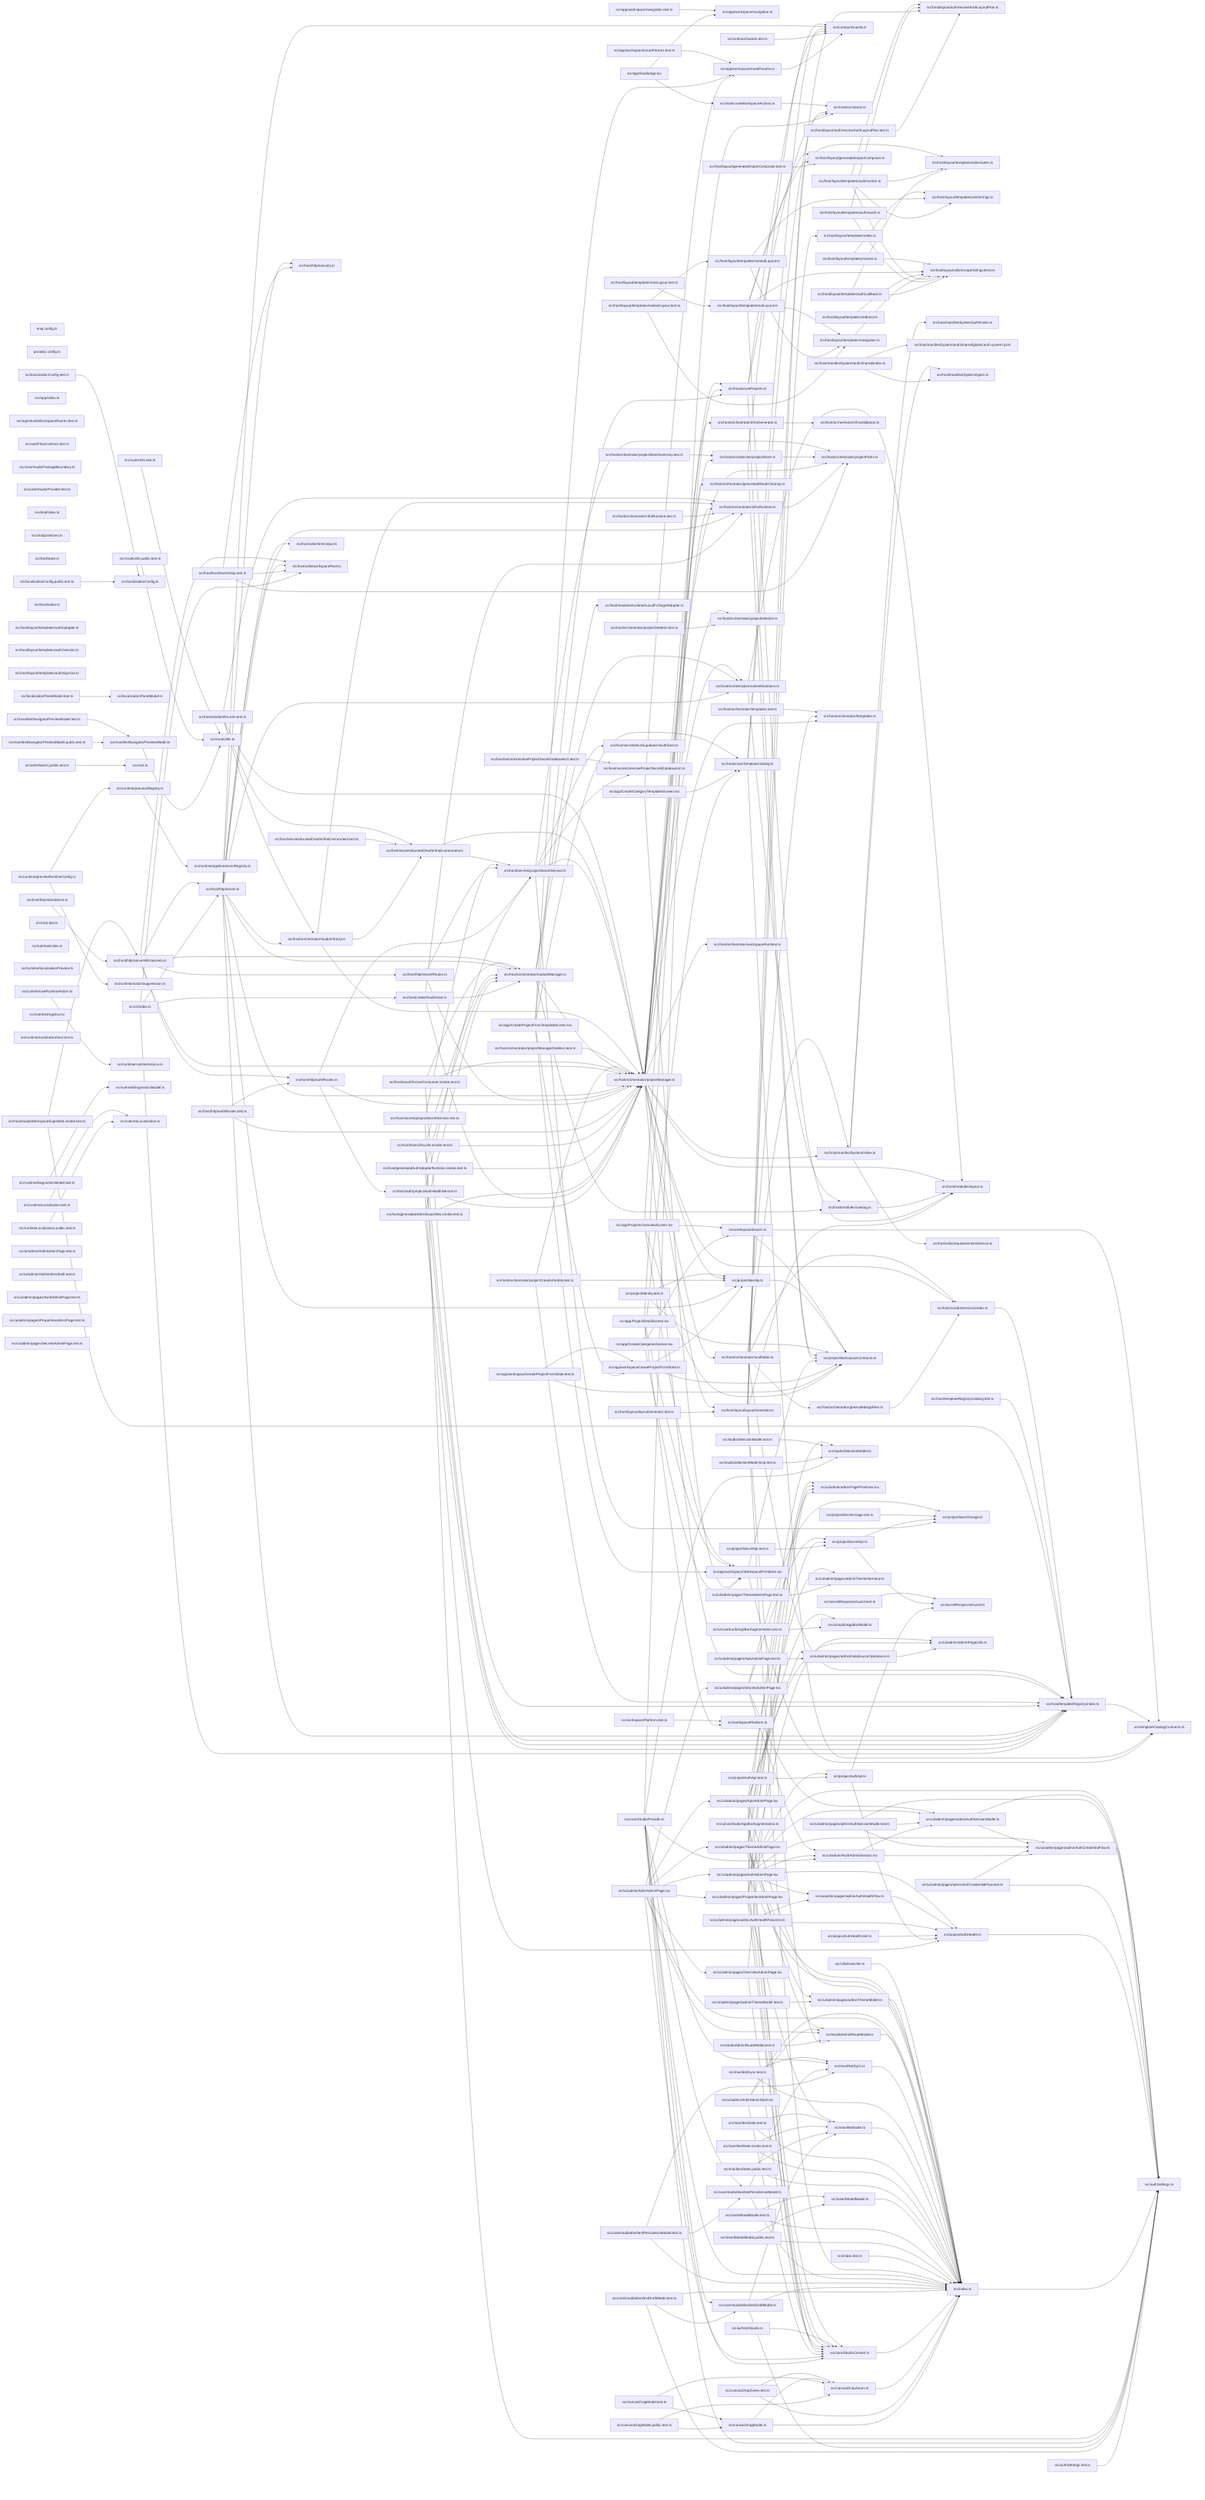
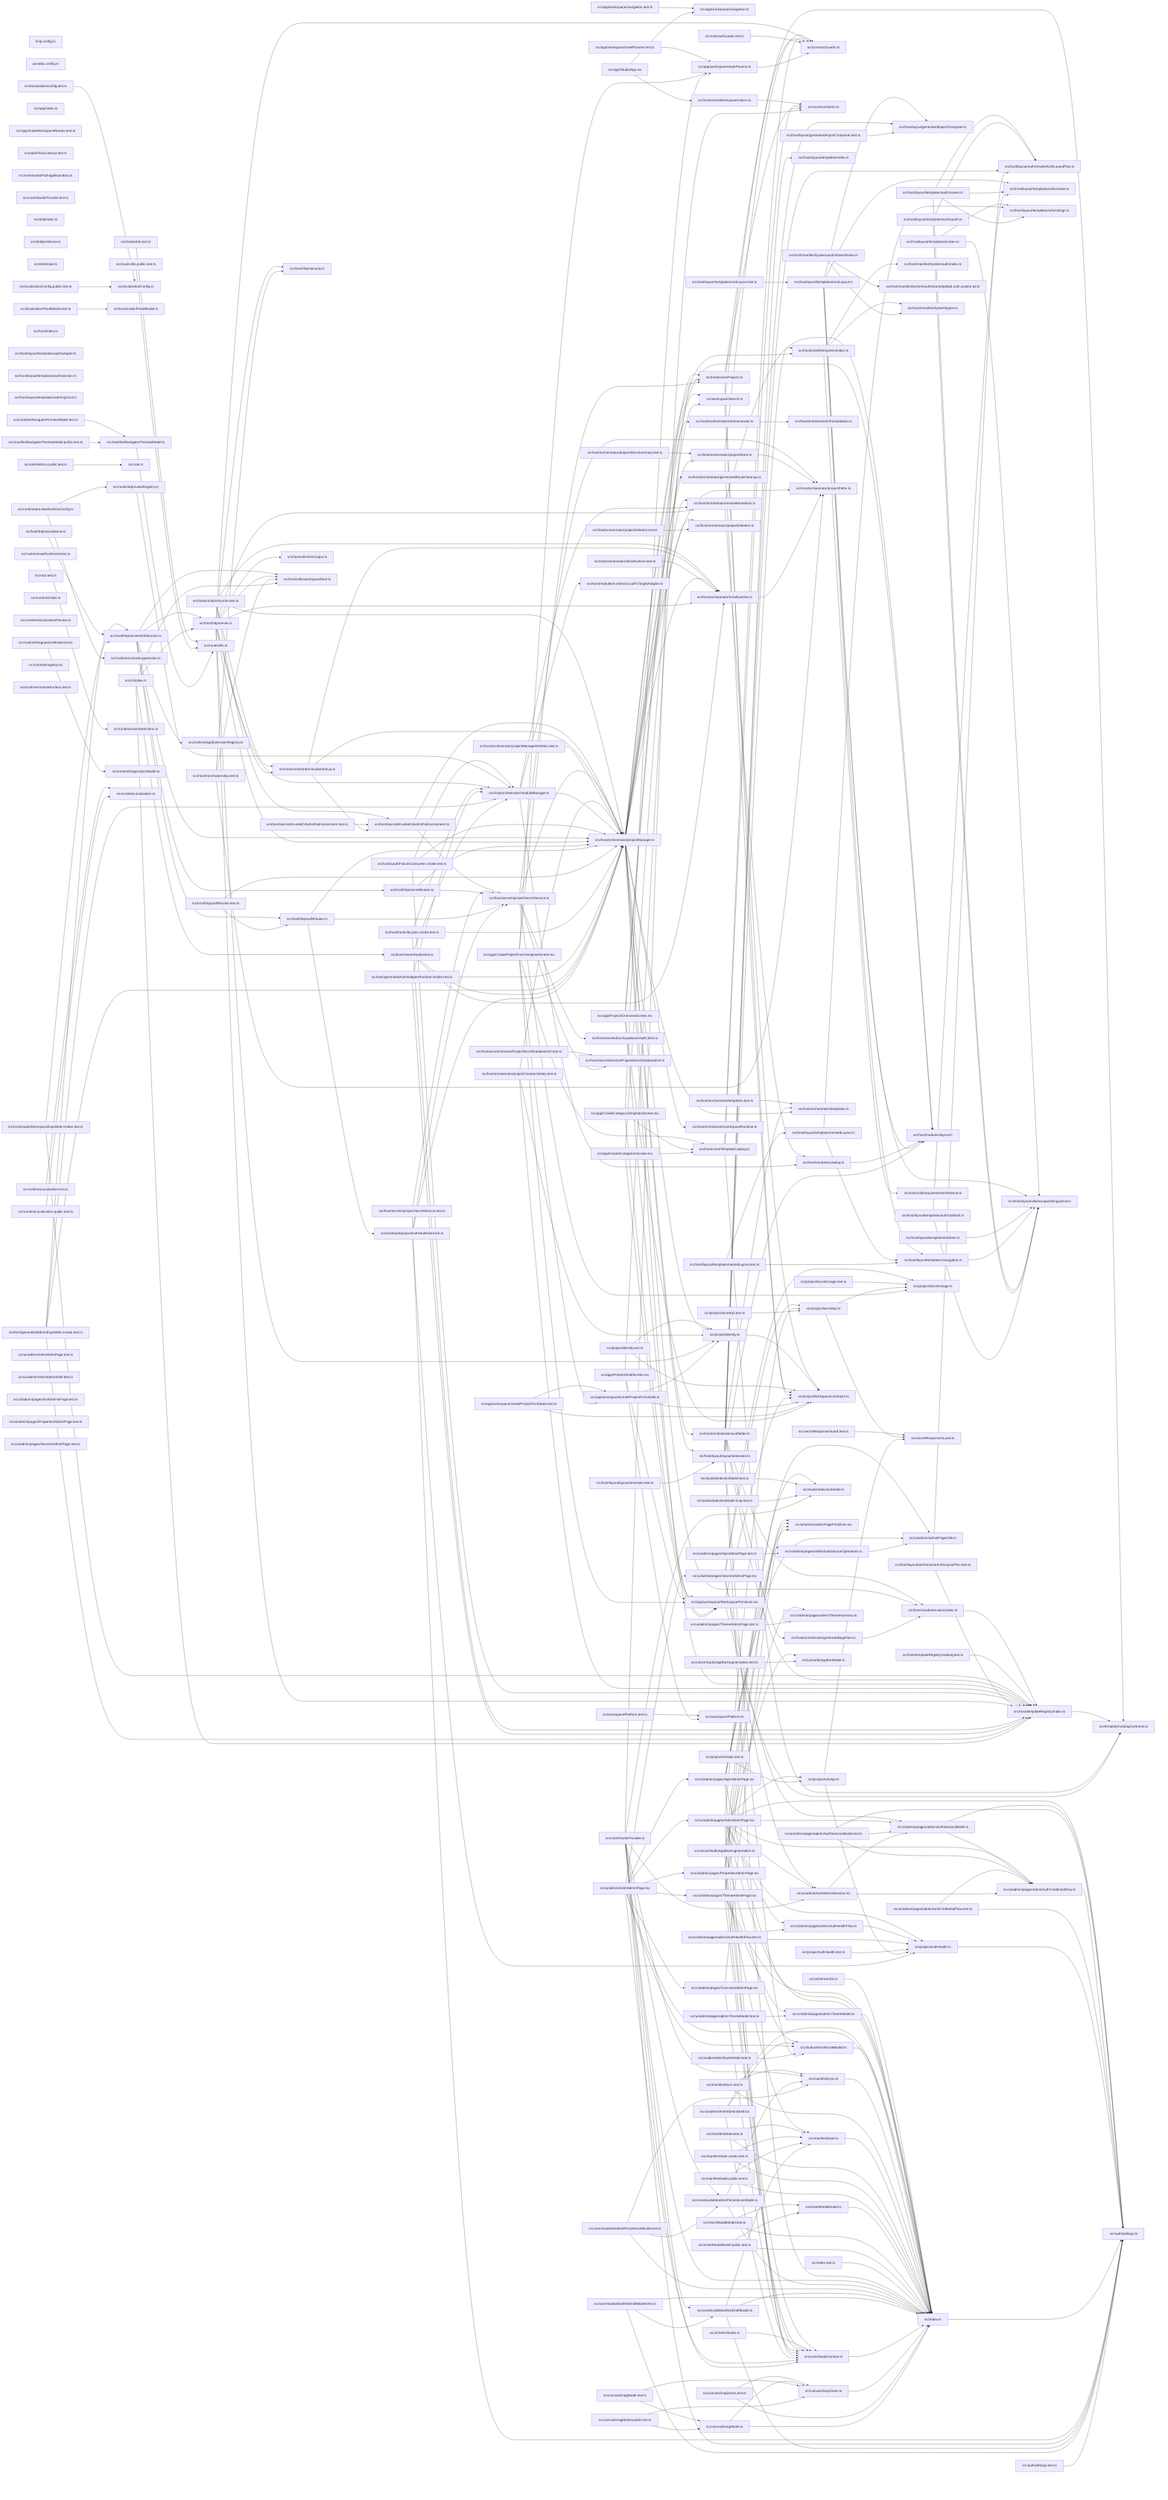
graph LR
  module_knip_config_ts["knip.config.ts"]
  module_paradox_config_ts["paradox.config.ts"]
  module_src_ankhAdmin_public_test_ts["src/ankhAdmin.public.test.ts"]
  module_src_app_CreateCategoriesScreen_tsx["src/app/CreateCategoriesScreen.tsx"]
  module_src_app_CreateCategoryTemplatesScreen_tsx["src/app/CreateCategoryTemplatesScreen.tsx"]
  module_src_app_CreateProjectFromTemplateScreen_tsx["src/app/CreateProjectFromTemplateScreen.tsx"]
  module_src_app_index_ts["src/app/index.ts"]
  module_src_app_ProjectDetailScreen_tsx["src/app/ProjectDetailScreen.tsx"]
  module_src_app_ProjectsOverviewScreen_tsx["src/app/ProjectsOverviewScreen.tsx"]
  module_src_app_StudioApp_tsx["src/app/StudioApp.tsx"]
  module_src_app_studioWorkspaceRoutes_test_ts["src/app/studioWorkspaceRoutes.test.ts"]
  module_src_app_workspace_createProjectFormState_test_ts["src/app/workspace/createProjectFormState.test.ts"]
  module_src_app_workspace_createProjectFormState_ts["src/app/workspace/createProjectFormState.ts"]
  module_src_app_workspace_navigation_test_ts["src/app/workspace/navigation.test.ts"]
  module_src_app_workspace_navigation_ts["src/app/workspace/navigation.ts"]
  module_src_app_workspace_routeParams_test_ts["src/app/workspace/routeParams.test.ts"]
  module_src_app_workspace_routeParams_ts["src/app/workspace/routeParams.ts"]
  module_src_app_workspace_WorkspacePrimitives_tsx["src/app/workspace/WorkspacePrimitives.tsx"]
  module_src_authFlowContract_test_ts["src/authFlowContract.test.ts"]
  module_src_authSettings_test_ts["src/authSettings.test.ts"]
  module_src_authSettings_ts["src/authSettings.ts"]
  module_src_canvasDragModel_public_test_ts["src/canvasDragModel.public.test.ts"]
  module_src_canvasDragModel_test_ts["src/canvasDragModel.test.ts"]
  module_src_canvasDragModel_ts["src/canvasDragModel.ts"]
  module_src_canvasDropZones_test_ts["src/canvasDropZones.test.ts"]
  module_src_canvasDropZones_ts["src/canvasDropZones.ts"]
  module_src_cli_index_ts["src/cli/index.ts"]
  module_src_contractGuards_test_ts["src/contractGuards.test.ts"]
  module_src_contractGuards_ts["src/contractGuards.ts"]
  module_src_core_constants_ts["src/core/constants.ts"]
  module_src_core_StudioContext_ts["src/core/StudioContext.ts"]
  module_src_core_studioManifestDraftModel_test_ts["src/core/studioManifestDraftModel.test.ts"]
  module_src_core_studioManifestDraftModel_ts["src/core/studioManifestDraftModel.ts"]
  module_src_core_studioManifestPersistenceModel_test_ts["src/core/studioManifestPersistenceModel.test.ts"]
  module_src_core_studioManifestPersistenceModel_ts["src/core/studioManifestPersistenceModel.ts"]
  module_src_core_studioPackageBoundary_ts["src/core/studioPackageBoundary.ts"]
  module_src_core_StudioProvider_test_ts["src/core/StudioProvider.test.ts"]
  module_src_core_StudioProvider_ts["src/core/StudioProvider.ts"]
  module_src_dnd_index_ts["src/dnd/index.ts"]
  module_src_dnd_primitives_ts["src/dnd/primitives.ts"]
  module_src_dnd_state_ts["src/dnd/state.ts"]
  module_src_hooks_useProjects_ts["src/hooks/useProjects.ts"]
  module_src_hooks_useTemplateCatalog_ts["src/hooks/useTemplateCatalog.ts"]
  module_src_hooks_useWorkspaceActions_ts["src/hooks/useWorkspaceActions.ts"]
  module_src_host_auth_projectAuthHealthService_ts["src/host/auth/projectAuthHealthService.ts"]
  module_src_host_createStudioHost_ts["src/host/createStudioHost.ts"]
  module_src_host_generatedAdminExpoWeb_smoke_test_ts["src/host/generatedAdminExpoWeb.smoke.test.ts"]
  module_src_host_generatedAuthAdapterRuntime_smoke_test_ts["src/host/generatedAuthAdapterRuntime.smoke.test.ts"]
  module_src_host_hostLifecycle_smoke_test_ts["src/host/hostLifecycle.smoke.test.ts"]
  module_src_host_hostOwnership_test_ts["src/host/hostOwnership.test.ts"]
  module_src_host_http_authRoutes_test_ts["src/host/http/authRoutes.test.ts"]
  module_src_host_http_authRoutes_ts["src/host/http/authRoutes.ts"]
  module_src_host_http_secretRoutes_ts["src/host/http/secretRoutes.ts"]
  module_src_host_http_security_ts["src/host/http/security.ts"]
  module_src_host_http_server_ts["src/host/http/server.ts"]
  module_src_host_http_serverWithSecrets_ts["src/host/http/serverWithSecrets.ts"]
  module_src_host_http_standalone_ts["src/host/http/standalone.ts"]
  module_src_host_index_ts["src/host/index.ts"]
  module_src_host_layout_auth_resolveAuthLayoutPlan_test_ts["src/host/layout/auth/resolveAuthLayoutPlan.test.ts"]
  module_src_host_layout_auth_resolveAuthLayoutPlan_ts["src/host/layout/auth/resolveAuthLayoutPlan.ts"]
  module_src_host_layout_generatedImportComposer_test_ts["src/host/layout/generatedImportComposer.test.ts"]
  module_src_host_layout_generatedImportComposer_ts["src/host/layout/generatedImportComposer.ts"]
  module_src_host_layout_layoutGenerator_test_ts["src/host/layout/layoutGenerator.test.ts"]
  module_src_host_layout_layoutGenerator_ts["src/host/layout/layoutGenerator.ts"]
  module_src_host_layout_templates_auth_adapter_ts["src/host/layout/templates/auth/adapter.ts"]
  module_src_host_layout_templates_auth_callback_ts["src/host/layout/templates/auth/callback.ts"]
  module_src_host_layout_templates_auth_oauth_ts["src/host/layout/templates/auth/oauth.ts"]
  module_src_host_layout_templates_auth_screen_ts["src/host/layout/templates/auth/screen.ts"]
  module_src_host_layout_templates_auth_session_ts["src/host/layout/templates/auth/session.ts"]
  module_src_host_layout_templates_auth_signOut_ts["src/host/layout/templates/auth/signOut.ts"]
  module_src_host_layout_templates_index_ts["src/host/layout/templates/index.ts"]
  module_src_host_layout_templates_navigation_ts["src/host/layout/templates/navigation.ts"]
  module_src_host_layout_templates_nestedLayout_test_ts["src/host/layout/templates/nestedLayout.test.ts"]
  module_src_host_layout_templates_nestedLayout_ts["src/host/layout/templates/nestedLayout.ts"]
  module_src_host_layout_templates_redirect_ts["src/host/layout/templates/redirect.ts"]
  module_src_host_layout_templates_rootLayout_test_ts["src/host/layout/templates/rootLayout.test.ts"]
  module_src_host_layout_templates_rootLayout_ts["src/host/layout/templates/rootLayout.ts"]
  module_src_host_layout_templates_screen_ts["src/host/layout/templates/screen.ts"]
  module_src_host_layout_templates_utils_routes_ts["src/host/layout/templates/utils/routes.ts"]
  module_src_host_layout_templates_utils_strings_ts["src/host/layout/templates/utils/strings.ts"]
  module_src_host_layout_utils_escapeStringLiteral_ts["src/host/layout/utils/escapeStringLiteral.ts"]
  module_src_host_manifestSystem_auth_index_ts["src/host/manifestSystem/auth/index.ts"]
  module_src_host_manifestSystem_auth_shared_global_auth_system_tpl_ts["src/host/manifestSystem/auth/shared/global.auth.system.tpl.ts"]
  module_src_host_manifestSystem_auth_shared_index_ts["src/host/manifestSystem/auth/shared/index.ts"]
  module_src_host_manifestSystem_index_ts["src/host/manifestSystem/index.ts"]
  module_src_host_manifestSystem_types_ts["src/host/manifestSystem/types.ts"]
  module_src_host_modules_catalog_ts["src/host/modules/catalog.ts"]
  module_src_host_modules_layout_ts["src/host/modules/layout.ts"]
  module_src_host_modules_runtime_LocalFsTargetAdapter_ts["src/host/modules/runtime/LocalFsTargetAdapter.ts"]
  module_src_host_oauthFixtureConsumer_smoke_test_ts["src/host/oauthFixtureConsumer.smoke.test.ts"]
  module_src_host_orchestrator_generatedAppFiles_ts["src/host/orchestrator/generatedAppFiles.ts"]
  module_src_host_orchestrator_generatedRouteCleanup_ts["src/host/orchestrator/generatedRouteCleanup.ts"]
  module_src_host_orchestrator_infraGenerator_ts["src/host/orchestrator/infraGenerator.ts"]
  module_src_host_orchestrator_infraRuntime_test_ts["src/host/orchestrator/infraRuntime.test.ts"]
  module_src_host_orchestrator_infraRuntime_ts["src/host/orchestrator/infraRuntime.ts"]
  module_src_host_orchestrator_infraValidation_ts["src/host/orchestrator/infraValidation.ts"]
  module_src_host_orchestrator_moduleManager_ts["src/host/orchestrator/moduleManager.ts"]
  module_src_host_orchestrator_projectCreationSafety_test_ts["src/host/orchestrator/projectCreationSafety.test.ts"]
  module_src_host_orchestrator_projectDeletion_test_ts["src/host/orchestrator/projectDeletion.test.ts"]
  module_src_host_orchestrator_projectDeletion_ts["src/host/orchestrator/projectDeletion.ts"]
  module_src_host_orchestrator_projectManager_ts["src/host/orchestrator/projectManager.ts"]
  module_src_host_orchestrator_projectManagerDeletion_test_ts["src/host/orchestrator/projectManagerDeletion.test.ts"]
  module_src_host_orchestrator_projectPaths_ts["src/host/orchestrator/projectPaths.ts"]
  module_src_host_orchestrator_projectStore_ts["src/host/orchestrator/projectStore.ts"]
  module_src_host_orchestrator_projectStoreSummary_test_ts["src/host/orchestrator/projectStoreSummary.test.ts"]
  module_src_host_orchestrator_resolveMutations_ts["src/host/orchestrator/resolveMutations.ts"]
  module_src_host_orchestrator_scaffolder_ts["src/host/orchestrator/scaffolder.ts"]
  module_src_host_orchestrator_studioInfraUp_ts["src/host/orchestrator/studioInfraUp.ts"]
  module_src_host_orchestrator_templates_test_ts["src/host/orchestrator/templates.test.ts"]
  module_src_host_orchestrator_templates_ts["src/host/orchestrator/templates.ts"]
  module_src_host_orchestrator_workspaceRuntime_ts["src/host/orchestrator/workspaceRuntime.ts"]
  module_src_host_secrets_bunSupabaseVaultClient_ts["src/host/secrets/bunSupabaseVaultClient.ts"]
  module_src_host_secrets_projectSecretService_test_ts["src/host/secrets/projectSecretService.test.ts"]
  module_src_host_secrets_projectSecretService_ts["src/host/secrets/projectSecretService.ts"]
  module_src_host_secrets_resolveProjectSecretDatabaseUrl_test_ts["src/host/secrets/resolveProjectSecretDatabaseUrl.test.ts"]
  module_src_host_secrets_resolveProjectSecretDatabaseUrl_ts["src/host/secrets/resolveProjectSecretDatabaseUrl.ts"]
  module_src_host_secrets_trustedOAuthInfraEnvironment_test_ts["src/host/secrets/trustedOAuthInfraEnvironment.test.ts"]
  module_src_host_secrets_trustedOAuthInfraEnvironment_ts["src/host/secrets/trustedOAuthInfraEnvironment.ts"]
  module_src_host_studioInfra_e2e_test_ts["src/host/studioInfra.e2e.test.ts"]
  module_src_host_studioWorkspaceExpoWeb_smoke_test_ts["src/host/studioWorkspaceExpoWeb.smoke.test.ts"]
  module_src_host_templateRegistry_catalog_test_ts["src/host/templateRegistry/catalog.test.ts"]
  module_src_host_templateRegistry_index_ts["src/host/templateRegistry/index.ts"]
  module_src_host_utils_requirementsInference_ts["src/host/utils/requirementsInference.ts"]
  module_src_host_utils_trimOutput_ts["src/host/utils/trimOutput.ts"]
  module_src_host_utils_workspaceRoot_ts["src/host/utils/workspaceRoot.ts"]
  module_src_host_zoraExtensions_index_ts["src/host/zoraExtensions/index.ts"]
  module_src_index_test_ts["src/index.test.ts"]
  module_src_index_ts["src/index.ts"]
  module_src_insertModalModel_public_test_ts["src/insertModalModel.public.test.ts"]
  module_src_insertModalModel_test_ts["src/insertModalModel.test.ts"]
  module_src_insertModalModel_ts["src/insertModalModel.ts"]
  module_src_localizationConfig_public_test_ts["src/localizationConfig.public.test.ts"]
  module_src_localizationConfig_test_ts["src/localizationConfig.test.ts"]
  module_src_localizationConfig_ts["src/localizationConfig.ts"]
  module_src_localizationPanelModel_test_ts["src/localizationPanelModel.test.ts"]
  module_src_localizationPanelModel_ts["src/localizationPanelModel.ts"]
  module_src_manifestNavigatorPreviewModel_public_test_ts["src/manifestNavigatorPreviewModel.public.test.ts"]
  module_src_manifestNavigatorPreviewModel_test_ts["src/manifestNavigatorPreviewModel.test.ts"]
  module_src_manifestNavigatorPreviewModel_ts["src/manifestNavigatorPreviewModel.ts"]
  module_src_manifestState_public_test_ts["src/manifestState.public.test.ts"]
  module_src_manifestState_routes_test_ts["src/manifestState.routes.test.ts"]
  module_src_manifestState_test_ts["src/manifestState.test.ts"]
  module_src_manifestState_ts["src/manifestState.ts"]
  module_src_manifestSync_test_ts["src/manifestSync.test.ts"]
  module_src_manifestSync_ts["src/manifestSync.ts"]
  module_src_projectAuthApi_test_ts["src/projectAuthApi.test.ts"]
  module_src_projectAuthApi_ts["src/projectAuthApi.ts"]
  module_src_projectAuthHealth_test_ts["src/projectAuthHealth.test.ts"]
  module_src_projectAuthHealth_ts["src/projectAuthHealth.ts"]
  module_src_projectIdentity_test_ts["src/projectIdentity.test.ts"]
  module_src_projectIdentity_ts["src/projectIdentity.ts"]
  module_src_projectSecretApi_test_ts["src/projectSecretApi.test.ts"]
  module_src_projectSecretApi_ts["src/projectSecretApi.ts"]
  module_src_projectSecretUsage_test_ts["src/projectSecretUsage.test.ts"]
  module_src_projectSecretUsage_ts["src/projectSecretUsage.ts"]
  module_src_projectWorkspaceContracts_ts["src/projectWorkspaceContracts.ts"]
  module_src_root_test_ts["src/root.test.ts"]
  module_src_root_ts["src/root.ts"]
  module_src_routeUtils_public_test_ts["src/routeUtils.public.test.ts"]
  module_src_routeUtils_test_ts["src/routeUtils.test.ts"]
  module_src_routeUtils_ts["src/routeUtils.ts"]
  module_src_runtime_actionSuppression_ts["src/runtime/actionSuppression.ts"]
  module_src_runtime_appExtensionRegistry_ts["src/runtime/appExtensionRegistry.ts"]
  module_src_runtime_index_ts["src/runtime/index.ts"]
  module_src_runtime_localizationPreview_ts["src/runtime/localizationPreview.ts"]
  module_src_runtime_previewRegistry_ts["src/runtime/previewRegistry.ts"]
  module_src_runtime_previewRuntimeConfig_ts["src/runtime/previewRuntimeConfig.ts"]
  module_src_runtime_registry_tsx["src/runtime/registry.tsx"]
  module_src_runtime_runtimeActions_ts["src/runtime/runtimeActions.ts"]
  module_src_runtime_runtimeSurface_test_ts["src/runtime/runtimeSurface.test.ts"]
  module_src_runtime_useRuntimeAction_ts["src/runtime/useRuntimeAction.ts"]
  module_src_runtimeDiagnosticsModel_test_ts["src/runtimeDiagnosticsModel.test.ts"]
  module_src_runtimeDiagnosticsModel_ts["src/runtimeDiagnosticsModel.ts"]
  module_src_runtimeLocalization_public_test_ts["src/runtimeLocalization.public.test.ts"]
  module_src_runtimeLocalization_test_ts["src/runtimeLocalization.test.ts"]
  module_src_runtimeLocalization_ts["src/runtimeLocalization.ts"]
  module_src_secretResponseGuard_test_ts["src/secretResponseGuard.test.ts"]
  module_src_secretResponseGuard_ts["src/secretResponseGuard.ts"]
  module_src_studioAdminRouteModel_test_ts["src/studioAdminRouteModel.test.ts"]
  module_src_studioAdminRouteModel_ts["src/studioAdminRouteModel.ts"]
  module_src_studioSelectionModel_knip_test_ts["src/studioSelectionModel.knip.test.ts"]
  module_src_studioSelectionModel_test_ts["src/studioSelectionModel.test.ts"]
  module_src_studioSelectionModel_ts["src/studioSelectionModel.ts"]
  module_src_templateCatalogContracts_ts["src/templateCatalogContracts.ts"]
  module_src_ui_admin_adminPagePrimitives_tsx["src/ui/admin/adminPagePrimitives.tsx"]
  module_src_ui_admin_adminPageUtils_ts["src/ui/admin/adminPageUtils.ts"]
  module_src_ui_admin_AnkhAdminPage_test_ts["src/ui/admin/AnkhAdminPage.test.ts"]
  module_src_ui_admin_AnkhAdminPage_tsx["src/ui/admin/AnkhAdminPage.tsx"]
  module_src_ui_admin_AnkhAdminShell_test_ts["src/ui/admin/AnkhAdminShell.test.ts"]
  module_src_ui_admin_AnkhAdminShell_tsx["src/ui/admin/AnkhAdminShell.tsx"]
  module_src_ui_admin_AuthAdminSession_tsx["src/ui/admin/AuthAdminSession.tsx"]
  module_src_ui_admin_pages_adminAuthCredentialFlow_test_ts["src/ui/admin/pages/adminAuthCredentialFlow.test.ts"]
  module_src_ui_admin_pages_adminAuthCredentialFlow_ts["src/ui/admin/pages/adminAuthCredentialFlow.ts"]
  module_src_ui_admin_pages_adminAuthHealthFlow_test_ts["src/ui/admin/pages/adminAuthHealthFlow.test.ts"]
  module_src_ui_admin_pages_adminAuthHealthFlow_ts["src/ui/admin/pages/adminAuthHealthFlow.ts"]
  module_src_ui_admin_pages_adminAuthSessionModel_test_ts["src/ui/admin/pages/adminAuthSessionModel.test.ts"]
  module_src_ui_admin_pages_adminAuthSessionModel_ts["src/ui/admin/pages/adminAuthSessionModel.ts"]
  module_src_ui_admin_pages_adminDataSourceOperations_ts["src/ui/admin/pages/adminDataSourceOperations.ts"]
  module_src_ui_admin_pages_adminThemeHarmony_ts["src/ui/admin/pages/adminThemeHarmony.ts"]
  module_src_ui_admin_pages_adminThemeModel_test_ts["src/ui/admin/pages/adminThemeModel.test.ts"]
  module_src_ui_admin_pages_adminThemeModel_ts["src/ui/admin/pages/adminThemeModel.ts"]
  module_src_ui_admin_pages_ApisAdminPage_test_ts["src/ui/admin/pages/ApisAdminPage.test.ts"]
  module_src_ui_admin_pages_ApisAdminPage_tsx["src/ui/admin/pages/ApisAdminPage.tsx"]
  module_src_ui_admin_pages_AuthAdminPage_test_ts["src/ui/admin/pages/AuthAdminPage.test.ts"]
  module_src_ui_admin_pages_AuthAdminPage_tsx["src/ui/admin/pages/AuthAdminPage.tsx"]
  module_src_ui_admin_pages_OverviewAdminPage_tsx["src/ui/admin/pages/OverviewAdminPage.tsx"]
  module_src_ui_admin_pages_PropertiesAdminPage_test_ts["src/ui/admin/pages/PropertiesAdminPage.test.ts"]
  module_src_ui_admin_pages_PropertiesAdminPage_tsx["src/ui/admin/pages/PropertiesAdminPage.tsx"]
  module_src_ui_admin_pages_SecretsAdminPage_test_ts["src/ui/admin/pages/SecretsAdminPage.test.ts"]
  module_src_ui_admin_pages_SecretsAdminPage_tsx["src/ui/admin/pages/SecretsAdminPage.tsx"]
  module_src_ui_admin_pages_ThemeAdminPage_test_ts["src/ui/admin/pages/ThemeAdminPage.test.ts"]
  module_src_ui_admin_pages_ThemeAdminPage_tsx["src/ui/admin/pages/ThemeAdminPage.tsx"]
  module_src_ui_AnkhStudio_ts["src/ui/AnkhStudio.ts"]
  module_src_ui_studioAppBarModel_ts["src/ui/studioAppBarModel.ts"]
  module_src_ui_useStudioAppBarAugmentation_test_ts["src/ui/useStudioAppBarAugmentation.test.ts"]
  module_src_ui_useStudioAppBarAugmentation_ts["src/ui/useStudioAppBarAugmentation.ts"]
  module_src_utils_treeUtils_ts["src/utils/treeUtils.ts"]
  module_src_workspacePlatform_test_ts["src/workspacePlatform.test.ts"]
  module_src_workspacePlatform_ts["src/workspacePlatform.ts"]
  module_src_workspaceSearch_ts["src/workspaceSearch.ts"]
  module_src_ankhAdmin_public_test_ts --> module_src_root_ts
  module_src_app_CreateCategoriesScreen_tsx --> module_src_app_workspace_WorkspacePrimitives_tsx
  module_src_app_CreateCategoriesScreen_tsx --> module_src_hooks_useTemplateCatalog_ts
  module_src_app_CreateCategoriesScreen_tsx --> module_src_workspaceSearch_ts
  module_src_app_CreateCategoryTemplatesScreen_tsx --> module_src_app_workspace_routeParams_ts
  module_src_app_CreateCategoryTemplatesScreen_tsx --> module_src_app_workspace_WorkspacePrimitives_tsx
  module_src_app_CreateCategoryTemplatesScreen_tsx --> module_src_hooks_useTemplateCatalog_ts
  module_src_app_CreateProjectFromTemplateScreen_tsx --> module_src_app_workspace_createProjectFormState_ts
  module_src_app_CreateProjectFromTemplateScreen_tsx --> module_src_app_workspace_routeParams_ts
  module_src_app_CreateProjectFromTemplateScreen_tsx --> module_src_app_workspace_WorkspacePrimitives_tsx
  module_src_app_CreateProjectFromTemplateScreen_tsx --> module_src_hooks_useProjects_ts
  module_src_app_CreateProjectFromTemplateScreen_tsx --> module_src_hooks_useTemplateCatalog_ts
  module_src_app_ProjectDetailScreen_tsx --> module_src_app_workspace_WorkspacePrimitives_tsx
  module_src_app_ProjectDetailScreen_tsx --> module_src_hooks_useProjects_ts
  module_src_app_ProjectDetailScreen_tsx --> module_src_workspacePlatform_ts
  module_src_app_ProjectsOverviewScreen_tsx --> module_src_app_workspace_WorkspacePrimitives_tsx
  module_src_app_ProjectsOverviewScreen_tsx --> module_src_hooks_useProjects_ts
  module_src_app_ProjectsOverviewScreen_tsx --> module_src_projectWorkspaceContracts_ts
  module_src_app_ProjectsOverviewScreen_tsx --> module_src_workspaceSearch_ts
  module_src_app_StudioApp_tsx --> module_src_app_workspace_navigation_ts
  module_src_app_StudioApp_tsx --> module_src_hooks_useWorkspaceActions_ts
  module_src_app_workspace_createProjectFormState_test_ts --> module_src_app_workspace_createProjectFormState_ts
  module_src_app_workspace_createProjectFormState_test_ts --> module_src_projectWorkspaceContracts_ts
  module_src_app_workspace_createProjectFormState_ts --> module_src_projectIdentity_ts
  module_src_app_workspace_createProjectFormState_ts --> module_src_projectWorkspaceContracts_ts
  module_src_app_workspace_navigation_test_ts --> module_src_app_workspace_navigation_ts
  module_src_app_workspace_routeParams_test_ts --> module_src_app_workspace_routeParams_ts
  module_src_app_workspace_routeParams_ts --> module_src_contractGuards_ts
  module_src_app_workspace_WorkspacePrimitives_tsx --> module_src_projectWorkspaceContracts_ts
  module_src_app_workspace_WorkspacePrimitives_tsx --> module_src_templateCatalogContracts_ts
  module_src_authSettings_test_ts --> module_src_authSettings_ts
  module_src_canvasDragModel_public_test_ts --> module_src_canvasDragModel_ts
  module_src_canvasDragModel_public_test_ts --> module_src_canvasDropZones_ts
  module_src_canvasDragModel_test_ts --> module_src_canvasDragModel_ts
  module_src_canvasDragModel_test_ts --> module_src_canvasDropZones_ts
  module_src_canvasDragModel_ts --> module_src_canvasDropZones_ts
  module_src_canvasDragModel_ts --> module_src_index_ts
  module_src_canvasDropZones_test_ts --> module_src_canvasDropZones_ts
  module_src_canvasDropZones_test_ts --> module_src_index_ts
  module_src_canvasDropZones_ts --> module_src_index_ts
  module_src_cli_index_ts --> module_src_host_createStudioHost_ts
  module_src_cli_index_ts --> module_src_host_http_server_ts
  module_src_cli_index_ts --> module_src_host_templateRegistry_index_ts
  module_src_cli_index_ts --> module_src_host_utils_workspaceRoot_ts
  module_src_contractGuards_test_ts --> module_src_contractGuards_ts
  module_src_core_StudioContext_ts --> module_src_index_ts
  module_src_core_studioManifestDraftModel_test_ts --> module_src_authSettings_ts
  module_src_core_studioManifestDraftModel_test_ts --> module_src_core_studioManifestDraftModel_ts
  module_src_core_studioManifestDraftModel_test_ts --> module_src_index_ts
  module_src_core_studioManifestDraftModel_ts --> module_src_authSettings_ts
  module_src_core_studioManifestDraftModel_ts --> module_src_index_ts
  module_src_core_studioManifestDraftModel_ts --> module_src_manifestState_ts
  module_src_core_studioManifestPersistenceModel_test_ts --> module_src_core_studioManifestPersistenceModel_ts
  module_src_core_studioManifestPersistenceModel_test_ts --> module_src_index_ts
  module_src_core_studioManifestPersistenceModel_test_ts --> module_src_manifestSync_ts
  module_src_core_studioManifestPersistenceModel_ts --> module_src_index_ts
  module_src_core_studioManifestPersistenceModel_ts --> module_src_manifestSync_ts
  module_src_core_StudioProvider_ts --> module_src_authSettings_ts
  module_src_core_StudioProvider_ts --> module_src_core_constants_ts
  module_src_core_StudioProvider_ts --> module_src_core_StudioContext_ts
  module_src_core_StudioProvider_ts --> module_src_core_studioManifestDraftModel_ts
  module_src_core_StudioProvider_ts --> module_src_core_studioManifestPersistenceModel_ts
  module_src_core_StudioProvider_ts --> module_src_index_ts
  module_src_core_StudioProvider_ts --> module_src_manifestSync_ts
  module_src_core_StudioProvider_ts --> module_src_studioSelectionModel_ts
  module_src_core_StudioProvider_ts --> module_src_ui_admin_AuthAdminSession_tsx
  module_src_hooks_useProjects_ts --> module_src_contractGuards_ts
  module_src_hooks_useProjects_ts --> module_src_core_constants_ts
  module_src_hooks_useProjects_ts --> module_src_projectWorkspaceContracts_ts
  module_src_hooks_useTemplateCatalog_ts --> module_src_contractGuards_ts
  module_src_hooks_useTemplateCatalog_ts --> module_src_core_constants_ts
  module_src_hooks_useTemplateCatalog_ts --> module_src_templateCatalogContracts_ts
  module_src_hooks_useWorkspaceActions_ts --> module_src_core_constants_ts
  module_src_host_auth_projectAuthHealthService_ts --> module_src_host_orchestrator_projectManager_ts
  module_src_host_auth_projectAuthHealthService_ts --> module_src_host_secrets_projectSecretService_ts
  module_src_host_auth_projectAuthHealthService_ts --> module_src_projectAuthHealth_ts
  module_src_host_createStudioHost_ts --> module_src_host_orchestrator_infraRuntime_ts
  module_src_host_createStudioHost_ts --> module_src_host_orchestrator_moduleManager_ts
  module_src_host_createStudioHost_ts --> module_src_host_orchestrator_projectManager_ts
+   module_src_host_generatedAdminExpoWeb_smoke_test_ts --> module_src_host_http_serverWithSecrets_ts
  module_src_host_generatedAdminExpoWeb_smoke_test_ts --> module_src_host_orchestrator_moduleManager_ts
  module_src_host_generatedAdminExpoWeb_smoke_test_ts --> module_src_host_orchestrator_projectManager_ts
  module_src_host_generatedAdminExpoWeb_smoke_test_ts --> module_src_host_templateRegistry_index_ts
  module_src_host_generatedAuthAdapterRuntime_smoke_test_ts --> module_src_host_orchestrator_moduleManager_ts
  module_src_host_generatedAuthAdapterRuntime_smoke_test_ts --> module_src_host_orchestrator_projectManager_ts
  module_src_host_generatedAuthAdapterRuntime_smoke_test_ts --> module_src_host_templateRegistry_index_ts
  module_src_host_hostLifecycle_smoke_test_ts --> module_src_host_orchestrator_moduleManager_ts
  module_src_host_hostLifecycle_smoke_test_ts --> module_src_host_orchestrator_projectManager_ts
  module_src_host_hostLifecycle_smoke_test_ts --> module_src_host_templateRegistry_index_ts
  module_src_host_hostOwnership_test_ts --> module_src_host_http_security_ts
  module_src_host_hostOwnership_test_ts --> module_src_host_orchestrator_projectPaths_ts
  module_src_host_hostOwnership_test_ts --> module_src_host_utils_workspaceRoot_ts
  module_src_host_http_authRoutes_test_ts --> module_src_host_http_authRoutes_ts
  module_src_host_http_authRoutes_test_ts --> module_src_host_orchestrator_projectManager_ts
  module_src_host_http_authRoutes_ts --> module_src_host_auth_projectAuthHealthService_ts
  module_src_host_http_authRoutes_ts --> module_src_host_orchestrator_projectManager_ts
  module_src_host_http_authRoutes_ts --> module_src_host_secrets_projectSecretService_ts
  module_src_host_http_secretRoutes_ts --> module_src_host_orchestrator_projectManager_ts
  module_src_host_http_secretRoutes_ts --> module_src_host_secrets_projectSecretService_ts
  module_src_host_http_server_ts --> module_src_contractGuards_ts
  module_src_host_http_server_ts --> module_src_host_http_security_ts
  module_src_host_http_server_ts --> module_src_host_orchestrator_infraRuntime_ts
  module_src_host_http_server_ts --> module_src_host_orchestrator_moduleManager_ts
  module_src_host_http_server_ts --> module_src_host_orchestrator_projectManager_ts
  module_src_host_http_server_ts --> module_src_host_orchestrator_resolveMutations_ts
  module_src_host_http_server_ts --> module_src_host_orchestrator_studioInfraUp_ts
  module_src_host_http_server_ts --> module_src_host_templateRegistry_index_ts
  module_src_host_http_server_ts --> module_src_host_utils_trimOutput_ts
  module_src_host_http_server_ts --> module_src_host_utils_workspaceRoot_ts
  module_src_host_http_server_ts --> module_src_projectIdentity_ts
  module_src_host_http_serverWithSecrets_ts --> module_src_host_http_authRoutes_ts
  module_src_host_http_serverWithSecrets_ts --> module_src_host_http_secretRoutes_ts
  module_src_host_http_serverWithSecrets_ts --> module_src_host_http_server_ts
  module_src_host_http_serverWithSecrets_ts --> module_src_host_orchestrator_moduleManager_ts
  module_src_host_http_serverWithSecrets_ts --> module_src_host_orchestrator_projectManager_ts
  module_src_host_http_serverWithSecrets_ts --> module_src_host_utils_workspaceRoot_ts
  module_src_host_http_standalone_ts --> module_src_host_http_serverWithSecrets_ts
  module_src_host_layout_auth_resolveAuthLayoutPlan_test_ts --> module_src_host_layout_auth_resolveAuthLayoutPlan_ts
+   module_src_host_layout_auth_resolveAuthLayoutPlan_test_ts --> module_src_host_templateRegistry_index_ts
  module_src_host_layout_generatedImportComposer_test_ts --> module_src_host_layout_generatedImportComposer_ts
  module_src_host_layout_layoutGenerator_test_ts --> module_src_host_layout_layoutGenerator_ts
  module_src_host_layout_layoutGenerator_ts --> module_src_host_layout_auth_resolveAuthLayoutPlan_ts
  module_src_host_layout_layoutGenerator_ts --> module_src_host_layout_generatedImportComposer_ts
  module_src_host_layout_layoutGenerator_ts --> module_src_host_layout_templates_index_ts
  module_src_host_layout_layoutGenerator_ts --> module_src_host_modules_layout_ts
  module_src_host_layout_layoutGenerator_ts --> module_src_index_ts
  module_src_host_layout_layoutGenerator_ts --> module_src_studioAdminRouteModel_ts
  module_src_host_layout_templates_auth_callback_ts --> module_src_host_layout_templates_utils_routes_ts
  module_src_host_layout_templates_auth_callback_ts --> module_src_host_layout_utils_escapeStringLiteral_ts
  module_src_host_layout_templates_auth_oauth_ts --> module_src_host_layout_auth_resolveAuthLayoutPlan_ts
  module_src_host_layout_templates_auth_oauth_ts --> module_src_host_layout_utils_escapeStringLiteral_ts
  module_src_host_layout_templates_auth_screen_ts --> module_src_host_layout_auth_resolveAuthLayoutPlan_ts
  module_src_host_layout_templates_auth_screen_ts --> module_src_host_layout_templates_utils_routes_ts
  module_src_host_layout_templates_auth_screen_ts --> module_src_host_layout_templates_utils_strings_ts
  module_src_host_layout_templates_auth_screen_ts --> module_src_host_layout_utils_escapeStringLiteral_ts
  module_src_host_layout_templates_navigation_ts --> module_src_host_layout_utils_escapeStringLiteral_ts
  module_src_host_layout_templates_nestedLayout_test_ts --> module_src_host_layout_templates_navigation_ts
  module_src_host_layout_templates_nestedLayout_test_ts --> module_src_host_layout_templates_nestedLayout_ts
  module_src_host_layout_templates_nestedLayout_ts --> module_src_host_layout_templates_navigation_ts
  module_src_host_layout_templates_nestedLayout_ts --> module_src_host_layout_templates_utils_strings_ts
  module_src_host_layout_templates_redirect_ts --> module_src_host_layout_utils_escapeStringLiteral_ts
  module_src_host_layout_templates_rootLayout_test_ts --> module_src_host_layout_templates_rootLayout_ts
  module_src_host_layout_templates_rootLayout_ts --> module_src_host_layout_generatedImportComposer_ts
  module_src_host_layout_templates_rootLayout_ts --> module_src_host_layout_templates_navigation_ts
  module_src_host_layout_templates_rootLayout_ts --> module_src_host_layout_templates_utils_routes_ts
  module_src_host_layout_templates_rootLayout_ts --> module_src_host_layout_utils_escapeStringLiteral_ts
  module_src_host_layout_templates_rootLayout_ts --> module_src_host_modules_layout_ts
  module_src_host_layout_templates_screen_ts --> module_src_host_layout_templates_utils_strings_ts
  module_src_host_layout_templates_screen_ts --> module_src_host_layout_utils_escapeStringLiteral_ts
  module_src_host_manifestSystem_auth_shared_index_ts --> module_src_host_manifestSystem_auth_shared_global_auth_system_tpl_ts
  module_src_host_manifestSystem_auth_shared_index_ts --> module_src_host_manifestSystem_types_ts
  module_src_host_manifestSystem_index_ts --> module_src_host_manifestSystem_auth_index_ts
  module_src_host_manifestSystem_index_ts --> module_src_host_manifestSystem_types_ts
  module_src_host_manifestSystem_index_ts --> module_src_host_utils_requirementsInference_ts
  module_src_host_modules_catalog_ts --> module_src_host_modules_layout_ts
  module_src_host_oauthFixtureConsumer_smoke_test_ts --> module_src_host_orchestrator_moduleManager_ts
  module_src_host_oauthFixtureConsumer_smoke_test_ts --> module_src_host_orchestrator_projectManager_ts
  module_src_host_oauthFixtureConsumer_smoke_test_ts --> module_src_host_templateRegistry_index_ts
  module_src_host_orchestrator_generatedAppFiles_ts --> module_src_host_zoraExtensions_index_ts
  module_src_host_orchestrator_infraGenerator_ts --> module_src_host_orchestrator_infraValidation_ts
  module_src_host_orchestrator_infraRuntime_test_ts --> module_src_host_orchestrator_infraRuntime_ts
  module_src_host_orchestrator_infraRuntime_ts --> module_src_host_orchestrator_projectPaths_ts
  module_src_host_orchestrator_moduleManager_ts --> module_src_host_modules_catalog_ts
  module_src_host_orchestrator_moduleManager_ts --> module_src_host_modules_runtime_LocalFsTargetAdapter_ts
  module_src_host_orchestrator_moduleManager_ts --> module_src_host_orchestrator_projectManager_ts
  module_src_host_orchestrator_moduleManager_ts --> module_src_host_orchestrator_resolveMutations_ts
  module_src_host_orchestrator_projectCreationSafety_test_ts --> module_src_host_orchestrator_projectManager_ts
  module_src_host_orchestrator_projectCreationSafety_test_ts --> module_src_host_templateRegistry_index_ts
  module_src_host_orchestrator_projectCreationSafety_test_ts --> module_src_projectIdentity_ts
  module_src_host_orchestrator_projectDeletion_test_ts --> module_src_host_orchestrator_projectDeletion_ts
  module_src_host_orchestrator_projectManager_ts --> module_src_host_layout_layoutGenerator_ts
  module_src_host_orchestrator_projectManager_ts --> module_src_host_manifestSystem_index_ts
  module_src_host_orchestrator_projectManager_ts --> module_src_host_modules_layout_ts
  module_src_host_orchestrator_projectManager_ts --> module_src_host_orchestrator_generatedRouteCleanup_ts
  module_src_host_orchestrator_projectManager_ts --> module_src_host_orchestrator_infraGenerator_ts
  module_src_host_orchestrator_projectManager_ts --> module_src_host_orchestrator_infraRuntime_ts
  module_src_host_orchestrator_projectManager_ts --> module_src_host_orchestrator_projectDeletion_ts
  module_src_host_orchestrator_projectManager_ts --> module_src_host_orchestrator_projectPaths_ts
  module_src_host_orchestrator_projectManager_ts --> module_src_host_orchestrator_projectStore_ts
  module_src_host_orchestrator_projectManager_ts --> module_src_host_orchestrator_resolveMutations_ts
  module_src_host_orchestrator_projectManager_ts --> module_src_host_orchestrator_scaffolder_ts
  module_src_host_orchestrator_projectManager_ts --> module_src_host_orchestrator_templates_ts
  module_src_host_orchestrator_projectManager_ts --> module_src_host_orchestrator_workspaceRuntime_ts
  module_src_host_orchestrator_projectManager_ts --> module_src_host_templateRegistry_index_ts
  module_src_host_orchestrator_projectManager_ts --> module_src_host_zoraExtensions_index_ts
  module_src_host_orchestrator_projectManager_ts --> module_src_projectIdentity_ts
  module_src_host_orchestrator_projectManagerDeletion_test_ts --> module_src_host_orchestrator_projectManager_ts
  module_src_host_orchestrator_projectStore_ts --> module_src_contractGuards_ts
  module_src_host_orchestrator_projectStore_ts --> module_src_host_orchestrator_projectPaths_ts
  module_src_host_orchestrator_projectStore_ts --> module_src_projectWorkspaceContracts_ts
  module_src_host_orchestrator_projectStoreSummary_test_ts --> module_src_host_orchestrator_projectStore_ts
  module_src_host_orchestrator_resolveMutations_ts --> module_src_host_modules_catalog_ts
  module_src_host_orchestrator_resolveMutations_ts --> module_src_host_modules_layout_ts
  module_src_host_orchestrator_scaffolder_ts --> module_src_host_manifestSystem_index_ts
  module_src_host_orchestrator_scaffolder_ts --> module_src_host_orchestrator_generatedAppFiles_ts
  module_src_host_orchestrator_scaffolder_ts --> module_src_host_orchestrator_templates_ts
  module_src_host_orchestrator_scaffolder_ts --> module_src_host_templateRegistry_index_ts
  module_src_host_orchestrator_scaffolder_ts --> module_src_host_zoraExtensions_index_ts
  module_src_host_orchestrator_studioInfraUp_ts --> module_src_host_orchestrator_infraRuntime_ts
  module_src_host_orchestrator_studioInfraUp_ts --> module_src_host_orchestrator_projectManager_ts
  module_src_host_orchestrator_studioInfraUp_ts --> module_src_host_secrets_trustedOAuthInfraEnvironment_ts
  module_src_host_orchestrator_templates_test_ts --> module_src_host_orchestrator_templates_ts
  module_src_host_secrets_projectSecretService_test_ts --> module_src_authSettings_ts
  module_src_host_secrets_projectSecretService_test_ts --> module_src_host_secrets_projectSecretService_ts
  module_src_host_secrets_projectSecretService_ts --> module_src_host_orchestrator_projectManager_ts
  module_src_host_secrets_projectSecretService_ts --> module_src_host_orchestrator_projectPaths_ts
  module_src_host_secrets_projectSecretService_ts --> module_src_host_secrets_bunSupabaseVaultClient_ts
  module_src_host_secrets_projectSecretService_ts --> module_src_host_secrets_resolveProjectSecretDatabaseUrl_ts
  module_src_host_secrets_projectSecretService_ts --> module_src_projectSecretUsage_ts
  module_src_host_secrets_resolveProjectSecretDatabaseUrl_test_ts --> module_src_host_secrets_resolveProjectSecretDatabaseUrl_ts
  module_src_host_secrets_trustedOAuthInfraEnvironment_test_ts --> module_src_host_secrets_trustedOAuthInfraEnvironment_ts
  module_src_host_secrets_trustedOAuthInfraEnvironment_ts --> module_src_host_orchestrator_projectManager_ts
  module_src_host_secrets_trustedOAuthInfraEnvironment_ts --> module_src_host_secrets_projectSecretService_ts
  module_src_host_studioInfra_e2e_test_ts --> module_src_host_orchestrator_infraRuntime_ts
  module_src_host_studioInfra_e2e_test_ts --> module_src_host_orchestrator_projectManager_ts
  module_src_host_studioInfra_e2e_test_ts --> module_src_host_orchestrator_studioInfraUp_ts
  module_src_host_studioInfra_e2e_test_ts --> module_src_host_secrets_trustedOAuthInfraEnvironment_ts
  module_src_host_studioWorkspaceExpoWeb_smoke_test_ts --> module_src_host_http_serverWithSecrets_ts
  module_src_host_studioWorkspaceExpoWeb_smoke_test_ts --> module_src_host_templateRegistry_index_ts
  module_src_host_templateRegistry_catalog_test_ts --> module_src_host_templateRegistry_index_ts
  module_src_host_templateRegistry_index_ts --> module_src_templateCatalogContracts_ts
  module_src_host_zoraExtensions_index_ts --> module_src_host_templateRegistry_index_ts
  module_src_index_test_ts --> module_src_index_ts
  module_src_index_ts --> module_src_authSettings_ts
  module_src_insertModalModel_public_test_ts --> module_src_index_ts
  module_src_insertModalModel_public_test_ts --> module_src_insertModalModel_ts
  module_src_insertModalModel_test_ts --> module_src_index_ts
  module_src_insertModalModel_test_ts --> module_src_insertModalModel_ts
  module_src_insertModalModel_ts --> module_src_index_ts
  module_src_localizationConfig_public_test_ts --> module_src_localizationConfig_ts
  module_src_localizationConfig_test_ts --> module_src_localizationConfig_ts
  module_src_localizationPanelModel_test_ts --> module_src_localizationPanelModel_ts
  module_src_manifestNavigatorPreviewModel_public_test_ts --> module_src_manifestNavigatorPreviewModel_ts
  module_src_manifestNavigatorPreviewModel_test_ts --> module_src_manifestNavigatorPreviewModel_ts
  module_src_manifestNavigatorPreviewModel_ts --> module_src_routeUtils_ts
  module_src_manifestState_public_test_ts --> module_src_index_ts
  module_src_manifestState_public_test_ts --> module_src_manifestState_ts
  module_src_manifestState_routes_test_ts --> module_src_index_ts
  module_src_manifestState_routes_test_ts --> module_src_manifestState_ts
  module_src_manifestState_test_ts --> module_src_index_ts
  module_src_manifestState_test_ts --> module_src_manifestState_ts
  module_src_manifestState_ts --> module_src_index_ts
  module_src_manifestSync_test_ts --> module_src_index_ts
  module_src_manifestSync_test_ts --> module_src_manifestSync_ts
  module_src_manifestSync_ts --> module_src_index_ts
  module_src_projectAuthApi_test_ts --> module_src_projectAuthApi_ts
  module_src_projectAuthApi_ts --> module_src_projectAuthHealth_ts
  module_src_projectAuthApi_ts --> module_src_secretResponseGuard_ts
  module_src_projectAuthHealth_test_ts --> module_src_projectAuthHealth_ts
  module_src_projectAuthHealth_ts --> module_src_authSettings_ts
  module_src_projectIdentity_test_ts --> module_src_projectIdentity_ts
  module_src_projectIdentity_test_ts --> module_src_projectWorkspaceContracts_ts
  module_src_projectIdentity_ts --> module_src_projectWorkspaceContracts_ts
  module_src_projectSecretApi_test_ts --> module_src_projectSecretApi_ts
  module_src_projectSecretApi_ts --> module_src_projectSecretUsage_ts
  module_src_projectSecretApi_ts --> module_src_secretResponseGuard_ts
  module_src_projectSecretUsage_test_ts --> module_src_projectSecretUsage_ts
  module_src_routeUtils_public_test_ts --> module_src_routeUtils_ts
  module_src_routeUtils_test_ts --> module_src_routeUtils_ts
  module_src_runtime_previewRegistry_ts --> module_src_runtime_appExtensionRegistry_ts
  module_src_runtime_previewRuntimeConfig_ts --> module_src_runtime_actionSuppression_ts
  module_src_runtime_previewRuntimeConfig_ts --> module_src_runtime_previewRegistry_ts
  module_src_runtime_useRuntimeAction_ts --> module_src_runtime_runtimeActions_ts
  module_src_runtimeDiagnosticsModel_test_ts --> module_src_runtimeDiagnosticsModel_ts
  module_src_runtimeLocalization_public_test_ts --> module_src_runtimeLocalization_ts
  module_src_runtimeLocalization_test_ts --> module_src_runtimeLocalization_ts
  module_src_secretResponseGuard_test_ts --> module_src_secretResponseGuard_ts
  module_src_studioAdminRouteModel_test_ts --> module_src_studioAdminRouteModel_ts
  module_src_studioAdminRouteModel_ts --> module_src_index_ts
  module_src_studioSelectionModel_knip_test_ts --> module_src_studioSelectionModel_ts
  module_src_studioSelectionModel_test_ts --> module_src_studioSelectionModel_ts
  module_src_ui_admin_AnkhAdminPage_tsx --> module_src_core_StudioContext_ts
  module_src_ui_admin_AnkhAdminPage_tsx --> module_src_index_ts
  module_src_ui_admin_AnkhAdminPage_tsx --> module_src_studioAdminRouteModel_ts
  module_src_ui_admin_AnkhAdminPage_tsx --> module_src_ui_admin_pages_ApisAdminPage_tsx
  module_src_ui_admin_AnkhAdminPage_tsx --> module_src_ui_admin_pages_AuthAdminPage_tsx
  module_src_ui_admin_AnkhAdminPage_tsx --> module_src_ui_admin_pages_OverviewAdminPage_tsx
  module_src_ui_admin_AnkhAdminPage_tsx --> module_src_ui_admin_pages_PropertiesAdminPage_tsx
  module_src_ui_admin_AnkhAdminPage_tsx --> module_src_ui_admin_pages_SecretsAdminPage_tsx
  module_src_ui_admin_AnkhAdminPage_tsx --> module_src_ui_admin_pages_ThemeAdminPage_tsx
  module_src_ui_admin_AnkhAdminShell_tsx --> module_src_core_StudioContext_ts
  module_src_ui_admin_AnkhAdminShell_tsx --> module_src_index_ts
  module_src_ui_admin_AnkhAdminShell_tsx --> module_src_studioAdminRouteModel_ts
  module_src_ui_admin_AuthAdminSession_tsx --> module_src_ui_admin_pages_adminAuthCredentialFlow_ts
  module_src_ui_admin_AuthAdminSession_tsx --> module_src_ui_admin_pages_adminAuthSessionModel_ts
  module_src_ui_admin_pages_adminAuthCredentialFlow_test_ts --> module_src_authSettings_ts
  module_src_ui_admin_pages_adminAuthCredentialFlow_test_ts --> module_src_ui_admin_pages_adminAuthCredentialFlow_ts
  module_src_ui_admin_pages_adminAuthCredentialFlow_ts --> module_src_authSettings_ts
  module_src_ui_admin_pages_adminAuthHealthFlow_test_ts --> module_src_projectAuthHealth_ts
  module_src_ui_admin_pages_adminAuthHealthFlow_test_ts --> module_src_ui_admin_pages_adminAuthHealthFlow_ts
  module_src_ui_admin_pages_adminAuthHealthFlow_ts --> module_src_projectAuthHealth_ts
  module_src_ui_admin_pages_adminAuthSessionModel_test_ts --> module_src_authSettings_ts
  module_src_ui_admin_pages_adminAuthSessionModel_test_ts --> module_src_ui_admin_pages_adminAuthCredentialFlow_ts
  module_src_ui_admin_pages_adminAuthSessionModel_test_ts --> module_src_ui_admin_pages_adminAuthSessionModel_ts
  module_src_ui_admin_pages_adminAuthSessionModel_ts --> module_src_authSettings_ts
  module_src_ui_admin_pages_adminAuthSessionModel_ts --> module_src_ui_admin_pages_adminAuthCredentialFlow_ts
  module_src_ui_admin_pages_adminDataSourceOperations_ts --> module_src_ui_admin_adminPageUtils_ts
  module_src_ui_admin_pages_adminThemeModel_test_ts --> module_src_ui_admin_pages_adminThemeModel_ts
  module_src_ui_admin_pages_adminThemeModel_ts --> module_src_index_ts
  module_src_ui_admin_pages_ApisAdminPage_test_ts --> module_src_ui_admin_pages_adminDataSourceOperations_ts
  module_src_ui_admin_pages_ApisAdminPage_tsx --> module_src_core_StudioContext_ts
  module_src_ui_admin_pages_ApisAdminPage_tsx --> module_src_index_ts
  module_src_ui_admin_pages_ApisAdminPage_tsx --> module_src_ui_admin_adminPagePrimitives_tsx
  module_src_ui_admin_pages_ApisAdminPage_tsx --> module_src_ui_admin_adminPageUtils_ts
  module_src_ui_admin_pages_ApisAdminPage_tsx --> module_src_ui_admin_pages_adminDataSourceOperations_ts
  module_src_ui_admin_pages_AuthAdminPage_tsx --> module_src_authSettings_ts
  module_src_ui_admin_pages_AuthAdminPage_tsx --> module_src_core_StudioContext_ts
  module_src_ui_admin_pages_AuthAdminPage_tsx --> module_src_index_ts
  module_src_ui_admin_pages_AuthAdminPage_tsx --> module_src_projectAuthApi_ts
  module_src_ui_admin_pages_AuthAdminPage_tsx --> module_src_projectAuthHealth_ts
  module_src_ui_admin_pages_AuthAdminPage_tsx --> module_src_projectSecretApi_ts
  module_src_ui_admin_pages_AuthAdminPage_tsx --> module_src_ui_admin_AuthAdminSession_tsx
  module_src_ui_admin_pages_AuthAdminPage_tsx --> module_src_ui_admin_pages_adminAuthCredentialFlow_ts
  module_src_ui_admin_pages_AuthAdminPage_tsx --> module_src_ui_admin_pages_adminAuthHealthFlow_ts
  module_src_ui_admin_pages_AuthAdminPage_tsx --> module_src_ui_admin_pages_adminAuthSessionModel_ts
  module_src_ui_admin_pages_OverviewAdminPage_tsx --> module_src_core_StudioContext_ts
  module_src_ui_admin_pages_OverviewAdminPage_tsx --> module_src_ui_admin_adminPagePrimitives_tsx
  module_src_ui_admin_pages_PropertiesAdminPage_tsx --> module_src_core_StudioContext_ts
  module_src_ui_admin_pages_PropertiesAdminPage_tsx --> module_src_manifestState_ts
  module_src_ui_admin_pages_PropertiesAdminPage_tsx --> module_src_ui_admin_adminPagePrimitives_tsx
  module_src_ui_admin_pages_PropertiesAdminPage_tsx --> module_src_ui_admin_adminPageUtils_ts
  module_src_ui_admin_pages_SecretsAdminPage_tsx --> module_src_projectSecretApi_ts
  module_src_ui_admin_pages_SecretsAdminPage_tsx --> module_src_projectSecretUsage_ts
  module_src_ui_admin_pages_SecretsAdminPage_tsx --> module_src_ui_admin_AuthAdminSession_tsx
  module_src_ui_admin_pages_SecretsAdminPage_tsx --> module_src_ui_admin_pages_adminAuthSessionModel_ts
  module_src_ui_admin_pages_ThemeAdminPage_test_ts --> module_src_ui_admin_pages_adminThemeHarmony_ts
  module_src_ui_admin_pages_ThemeAdminPage_tsx --> module_src_core_StudioContext_ts
  module_src_ui_admin_pages_ThemeAdminPage_tsx --> module_src_index_ts
  module_src_ui_admin_pages_ThemeAdminPage_tsx --> module_src_ui_admin_adminPagePrimitives_tsx
  module_src_ui_admin_pages_ThemeAdminPage_tsx --> module_src_ui_admin_pages_adminThemeHarmony_ts
  module_src_ui_admin_pages_ThemeAdminPage_tsx --> module_src_ui_admin_pages_adminThemeModel_ts
  module_src_ui_AnkhStudio_ts --> module_src_core_StudioContext_ts
  module_src_ui_useStudioAppBarAugmentation_test_ts --> module_src_ui_studioAppBarModel_ts
  module_src_ui_useStudioAppBarAugmentation_ts --> module_src_core_StudioContext_ts
  module_src_ui_useStudioAppBarAugmentation_ts --> module_src_studioAdminRouteModel_ts
  module_src_ui_useStudioAppBarAugmentation_ts --> module_src_studioSelectionModel_ts
  module_src_ui_useStudioAppBarAugmentation_ts --> module_src_ui_studioAppBarModel_ts
  module_src_utils_treeUtils_ts --> module_src_index_ts
  module_src_workspacePlatform_test_ts --> module_src_workspacePlatform_ts
  module_src_workspaceSearch_ts --> module_src_projectWorkspaceContracts_ts
  module_src_workspaceSearch_ts --> module_src_templateCatalogContracts_ts
